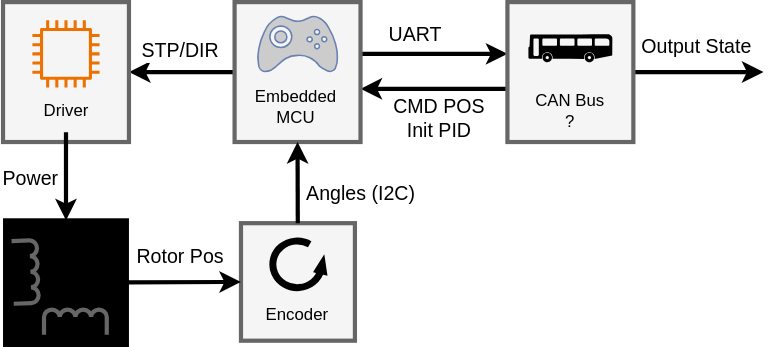
The draw.io diagram docs/system.drawio.svg in shrekwrecks/stepper_node, before a commit. Source tidied: cells renumbered, new cells last; positions are measured from the earlier drawing's top-left corner, leaving out a move shared by most shapes.
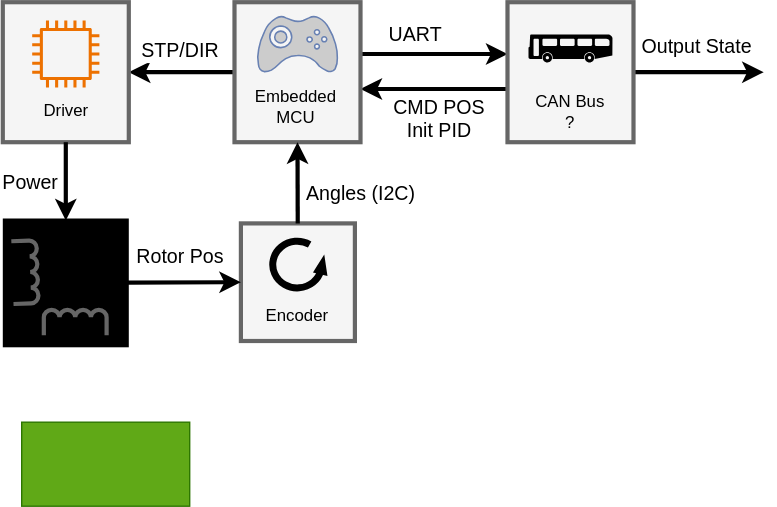
Above is the later version.

The edit, as a diff of the source:
```diff
@@ -35,7 +35,7 @@
     <mxCell id="8" style="whiteSpace=wrap;html=1;fillColor=light-dark(#F5F5F5,#F2F2F2);fontColor=#333333;strokeColor=light-dark(#666666, #000000);strokeWidth=3;" parent="1" vertex="1">
       <mxGeometry x="6.5" width="90" height="100" as="geometry" />
     </mxCell>
-    <mxCell id="9" style="edgeStyle=none;html=1;entryX=0.5;entryY=0;entryDx=0;entryDy=0;strokeWidth=3;" parent="1" edge="1" source="11" target="14">
+    <mxCell id="9" style="edgeStyle=none;html=1;entryX=0.5;entryY=0;entryDx=0;entryDy=0;strokeWidth=3;exitX=0.5;exitY=1;exitDx=0;exitDy=0;" parent="1" edge="1" source="8" target="14">
       <mxGeometry relative="1" as="geometry" />
     </mxCell>
     <mxCell id="10" value="&lt;font style=&quot;font-size: 14px;&quot;&gt;Power&lt;/font&gt;" style="edgeLabel;html=1;align=center;verticalAlign=middle;" parent="9" vertex="1">
@@ -123,5 +123,8 @@
     <mxCell id="34" style="shape=mxgraph.signs.transportation.bus_3;html=1;fillColor=light-dark(#000000,#000000);strokeColor=none;verticalLabelPosition=bottom;verticalAlign=top;align=center;" parent="1" vertex="1">
       <mxGeometry x="382" y="23" width="60" height="20" as="geometry" />
     </mxCell>
+    <mxCell id="35" style="whiteSpace=wrap;html=1;fillColor=#60a917;fontColor=#ffffff;strokeColor=#2D7600;" parent="1" vertex="1">
+      <mxGeometry x="20" y="300" width="120" height="60" as="geometry" />
+    </mxCell>
   </root>
 </mxGraphModel>
```
